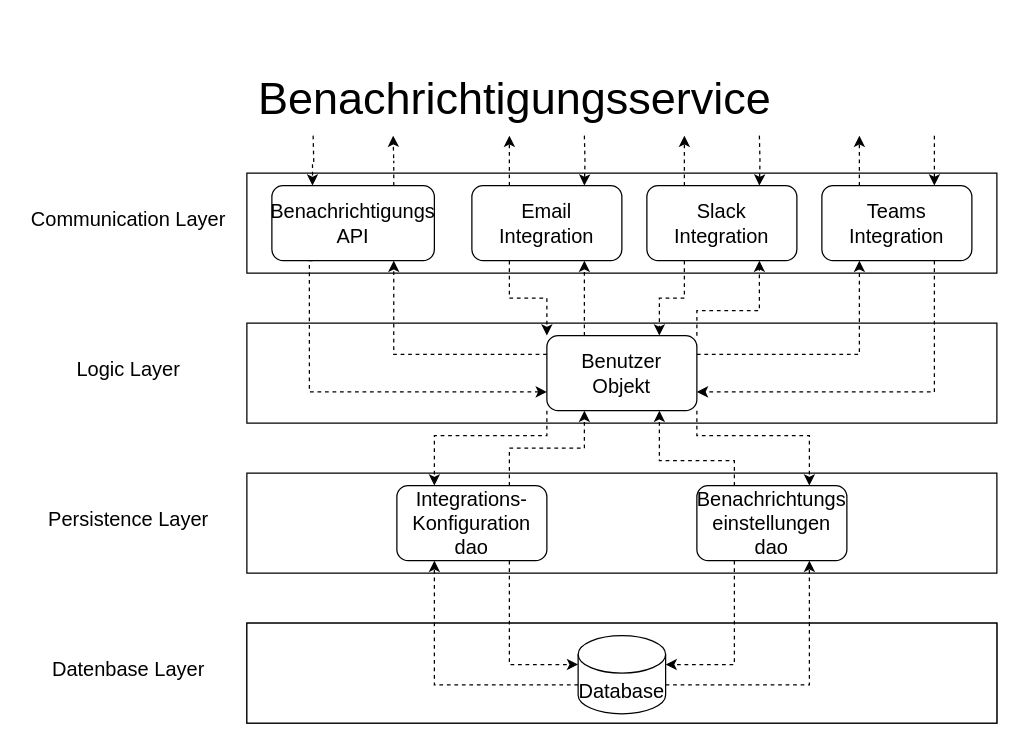
Tabisch/DarwIO keeps this draw.io diagram as Layer2.drawio. Above is the earlier version. Source tidied: cells renumbered, new cells numbered last; positions are measured from the earlier drawing's top-left corner, leaving out a move shared by most shapes. Both pictures are drawn from the tidied source at 125%, with x=0, y=0 at pixel (21, 85).
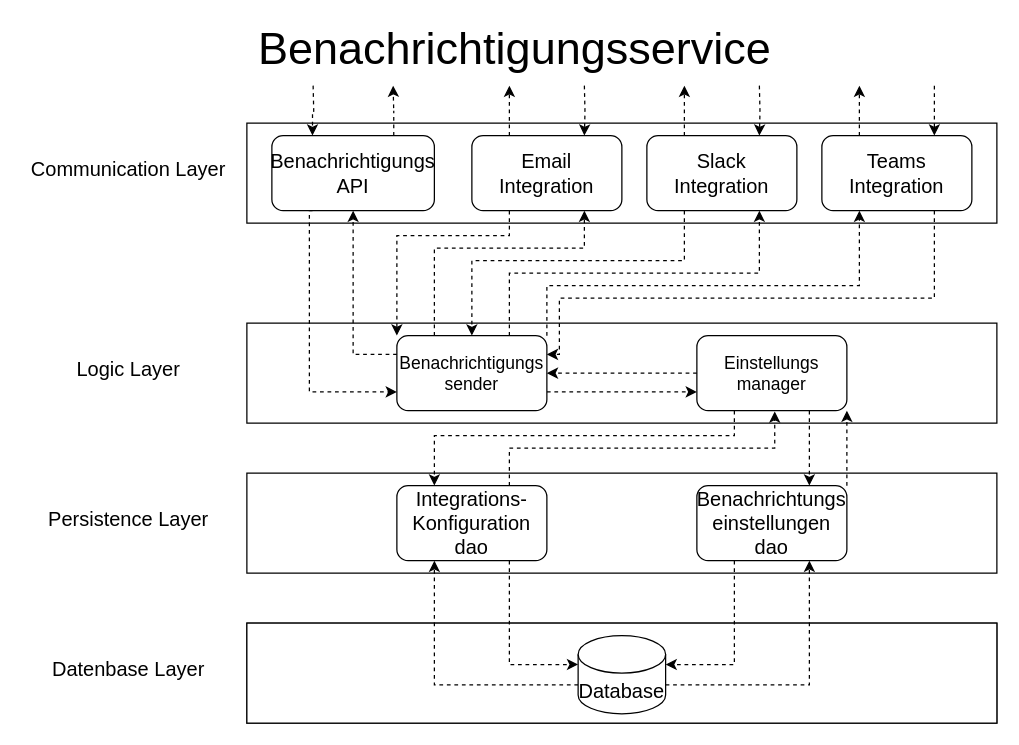
After the change.

Unchanged cells that the change refers to:
```xml
<mxCell id="17" value="&lt;div&gt;Integrations-&lt;/div&gt;&lt;div&gt;Konfiguration&lt;br&gt;&lt;/div&gt;&lt;div&gt;dao&lt;br&gt;&lt;/div&gt;" style="rounded=1;whiteSpace=wrap;html=1;fontSize=16;" parent="1" vertex="1">
  <mxGeometry x="300" y="320" width="120" height="60" as="geometry" />
</mxCell>
<mxCell id="41" value="&lt;div&gt;Benachrichtungs&lt;/div&gt;&lt;div&gt;einstellungen&lt;/div&gt;&lt;div&gt;dao&lt;br&gt;&lt;/div&gt;" style="rounded=1;whiteSpace=wrap;html=1;fontSize=16;" parent="1" vertex="1">
  <mxGeometry x="540" y="320" width="120" height="60" as="geometry" />
</mxCell>
```

The edit, as a diff of the source:
```diff
@@
     <mxCell id="3" style="rounded=0;whiteSpace=wrap;html=1;" parent="1" vertex="1">
-      <mxGeometry x="180" y="70" width="600" height="80" as="geometry" />
+      <mxGeometry x="180" y="30" width="600" height="80" as="geometry" />
     </mxCell>
@@
     <mxCell id="6" value="&lt;div style=&quot;font-size: 36px&quot;&gt;&lt;font style=&quot;font-size: 36px&quot;&gt;Benachrichtigungsservice&lt;/font&gt;&lt;/div&gt;" style="text;html=1;align=center;verticalAlign=middle;fillColor=none;strokeColor=none;rounded=0;" parent="1" vertex="1">
-      <mxGeometry x="179" width="430" height="20" as="geometry" />
+      <mxGeometry x="179" y="-40" width="430" height="20" as="geometry" />
     </mxCell>
@@
     <mxCell id="11" value="&lt;font style=&quot;font-size: 16px&quot;&gt;Communication Layer&lt;br&gt;&lt;/font&gt;" style="text;html=1;align=center;verticalAlign=middle;fillColor=none;strokeColor=none;rounded=0;fontSize=36;" parent="1" vertex="1">
-      <mxGeometry y="70" width="170" height="60" as="geometry" />
+      <mxGeometry y="30" width="170" height="60" as="geometry" />
     </mxCell>
@@
-    <mxCell id="16" style="edgeStyle=orthogonalEdgeStyle;rounded=0;jettySize=auto;html=1;exitX=0.75;exitY=0;exitDx=0;exitDy=0;entryX=0.25;entryY=1;entryDx=0;entryDy=0;dashed=1;fontSize=16;endArrow=classic;endFill=1;" parent="1" edge="1" source="17" target="22">
-      <mxGeometry relative="1" as="geometry" />
-    </mxCell>
+    <mxCell id="44" style="edgeStyle=orthogonalEdgeStyle;rounded=0;jettySize=auto;html=1;exitX=0.75;exitY=0;exitDx=0;exitDy=0;entryX=0.519;entryY=1.01;entryDx=0;entryDy=0;dashed=1;fontSize=14;endArrow=classic;endFill=1;entryPerimeter=0;" parent="1" edge="1" source="17" target="49">
+      <mxGeometry relative="1" as="geometry" />
+    </mxCell>
@@
-    <mxCell id="18" style="edgeStyle=orthogonalEdgeStyle;rounded=0;jettySize=auto;html=1;exitX=0;exitY=1;exitDx=0;exitDy=0;entryX=0.25;entryY=0;entryDx=0;entryDy=0;dashed=1;fontSize=16;endArrow=classic;endFill=1;" parent="1" edge="1" source="22" target="17">
-      <mxGeometry relative="1" as="geometry">
-        <Array as="points">
-          <mxPoint x="420" y="280" />
-          <mxPoint x="330" y="280" />
-        </Array>
-      </mxGeometry>
-    </mxCell>
-    <mxCell id="19" style="edgeStyle=orthogonalEdgeStyle;rounded=0;jettySize=auto;html=1;exitX=1;exitY=0.25;exitDx=0;exitDy=0;entryX=0.25;entryY=1;entryDx=0;entryDy=0;dashed=1;fontSize=16;endArrow=classic;endFill=1;" parent="1" edge="1" source="22" target="29">
-      <mxGeometry relative="1" as="geometry" />
+    <mxCell id="19" style="edgeStyle=orthogonalEdgeStyle;rounded=0;jettySize=auto;html=1;exitX=1;exitY=0;exitDx=0;exitDy=0;entryX=0.25;entryY=1;entryDx=0;entryDy=0;dashed=1;fontSize=16;endArrow=classic;endFill=1;" parent="1" edge="1" source="22" target="29">
+      <mxGeometry relative="1" as="geometry">
+        <Array as="points">
+          <mxPoint x="420" y="160" />
+          <mxPoint x="670" y="160" />
+        </Array>
+      </mxGeometry>
     </mxCell>
-    <mxCell id="20" style="edgeStyle=orthogonalEdgeStyle;rounded=0;jettySize=auto;html=1;exitX=0;exitY=0.25;exitDx=0;exitDy=0;entryX=0.75;entryY=1;entryDx=0;entryDy=0;dashed=1;fontSize=16;endArrow=classic;endFill=1;" parent="1" edge="1" source="22" target="26">
-      <mxGeometry relative="1" as="geometry" />
+    <mxCell id="20" style="edgeStyle=orthogonalEdgeStyle;rounded=0;jettySize=auto;html=1;exitX=0;exitY=0.25;exitDx=0;exitDy=0;entryX=0.5;entryY=1;entryDx=0;entryDy=0;dashed=1;fontSize=16;endArrow=classic;endFill=1;" parent="1" edge="1" source="22" target="26">
+      <mxGeometry relative="1" as="geometry">
+        <Array as="points">
+          <mxPoint x="265" y="215" />
+        </Array>
+      </mxGeometry>
     </mxCell>
     <mxCell id="21" style="edgeStyle=orthogonalEdgeStyle;rounded=0;jettySize=auto;html=1;exitX=0.25;exitY=0;exitDx=0;exitDy=0;entryX=0.75;entryY=1;entryDx=0;entryDy=0;dashed=1;fontSize=16;endArrow=classic;endFill=1;" parent="1" edge="1" source="22" target="38">
-      <mxGeometry relative="1" as="geometry" />
+      <mxGeometry relative="1" as="geometry">
+        <Array as="points">
+          <mxPoint x="330" y="130" />
+          <mxPoint x="450" y="130" />
+        </Array>
+      </mxGeometry>
     </mxCell>
+    <mxCell id="45" style="edgeStyle=orthogonalEdgeStyle;rounded=0;jettySize=auto;html=1;exitX=1;exitY=0.75;exitDx=0;exitDy=0;entryX=0;entryY=0.75;entryDx=0;entryDy=0;fontSize=14;endArrow=classic;endFill=1;dashed=1;" parent="1" edge="1" source="22" target="49">
+      <mxGeometry relative="1" as="geometry" />
+    </mxCell>
-    <mxCell id="22" value="&lt;div&gt;Benutzer&lt;/div&gt;&lt;div&gt;Objekt&lt;br&gt;&lt;/div&gt;" style="rounded=1;whiteSpace=wrap;html=1;fontSize=16;" parent="1" vertex="1">
-      <mxGeometry x="420" y="200" width="120" height="60" as="geometry" />
+    <mxCell id="22" value="&lt;div style=&quot;font-size: 14px&quot;&gt;&lt;font style=&quot;font-size: 14px&quot;&gt;Benachrichtigungs&lt;/font&gt;&lt;/div&gt;&lt;div style=&quot;font-size: 14px&quot;&gt;&lt;font style=&quot;font-size: 14px&quot;&gt;sender&lt;/font&gt;&lt;/div&gt;" style="rounded=1;whiteSpace=wrap;html=1;fontSize=16;" parent="1" vertex="1">
+      <mxGeometry x="300" y="200" width="120" height="60" as="geometry" />
     </mxCell>
@@
     <mxCell id="24" value="&lt;div&gt;&lt;br&gt;&lt;/div&gt;&lt;div&gt;&lt;br&gt;&lt;/div&gt;" style="edgeStyle=orthogonalEdgeStyle;rounded=0;jettySize=auto;html=1;dashed=1;fontSize=16;endArrow=classic;endFill=1;entryX=0.25;entryY=0;entryDx=0;entryDy=0;" parent="1" edge="1" target="26">
       <mxGeometry relative="1" as="geometry">
-        <mxPoint x="233" y="40" as="sourcePoint" />
+        <mxPoint x="233" as="sourcePoint" />
       </mxGeometry>
     </mxCell>
     <mxCell id="25" style="edgeStyle=orthogonalEdgeStyle;rounded=0;jettySize=auto;html=1;exitX=0.75;exitY=0;exitDx=0;exitDy=0;dashed=1;fontSize=16;endArrow=classic;endFill=1;" parent="1" edge="1" source="26">
       <mxGeometry relative="1" as="geometry">
-        <mxPoint x="297" y="40" as="targetPoint" />
+        <mxPoint x="297" as="targetPoint" />
       </mxGeometry>
     </mxCell>
     <mxCell id="26" value="&lt;div&gt;&lt;font style=&quot;font-size: 16px&quot;&gt;Benachrichtigungs&lt;/font&gt;&lt;/div&gt;&lt;div&gt;&lt;font style=&quot;font-size: 16px&quot;&gt;API&lt;br&gt;&lt;/font&gt;&lt;/div&gt;" style="rounded=1;whiteSpace=wrap;html=1;fontSize=16;" parent="1" vertex="1">
-      <mxGeometry x="200" y="80" width="130" height="60" as="geometry" />
+      <mxGeometry x="200" y="40" width="130" height="60" as="geometry" />
     </mxCell>
-    <mxCell id="27" style="edgeStyle=orthogonalEdgeStyle;rounded=0;jettySize=auto;html=1;exitX=0.75;exitY=1;exitDx=0;exitDy=0;dashed=1;fontSize=16;endArrow=classic;endFill=1;entryX=1;entryY=0.75;entryDx=0;entryDy=0;" parent="1" edge="1" source="29" target="22">
-      <mxGeometry relative="1" as="geometry" />
+    <mxCell id="27" style="edgeStyle=orthogonalEdgeStyle;rounded=0;jettySize=auto;html=1;exitX=0.75;exitY=1;exitDx=0;exitDy=0;dashed=1;fontSize=16;endArrow=classic;endFill=1;entryX=1;entryY=0.25;entryDx=0;entryDy=0;" parent="1" edge="1" source="29" target="22">
+      <mxGeometry relative="1" as="geometry">
+        <Array as="points">
+          <mxPoint x="730" y="170" />
+          <mxPoint x="430" y="170" />
+          <mxPoint x="430" y="215" />
+        </Array>
+      </mxGeometry>
     </mxCell>
     <mxCell id="28" style="edgeStyle=orthogonalEdgeStyle;rounded=0;jettySize=auto;html=1;dashed=1;fontSize=16;endArrow=classic;endFill=1;entryX=0.75;entryY=0;entryDx=0;entryDy=0;" parent="1" edge="1" target="29">
       <mxGeometry relative="1" as="geometry">
-        <mxPoint x="730" y="40" as="sourcePoint" />
+        <mxPoint x="730" as="sourcePoint" />
         <Array as="points">
-          <mxPoint x="730" y="60" />
-          <mxPoint x="730" y="60" />
+          <mxPoint x="730" y="20" />
+          <mxPoint x="730" y="20" />
         </Array>
       </mxGeometry>
     </mxCell>
     <mxCell id="29" value="&lt;div&gt;Teams&lt;/div&gt;&lt;div&gt;Integration&lt;br&gt;&lt;/div&gt;" style="rounded=1;whiteSpace=wrap;html=1;fontSize=16;" parent="1" vertex="1">
-      <mxGeometry x="640" y="80" width="120" height="60" as="geometry" />
+      <mxGeometry x="640" y="40" width="120" height="60" as="geometry" />
     </mxCell>
     <mxCell id="30" style="edgeStyle=orthogonalEdgeStyle;rounded=0;jettySize=auto;html=1;exitX=0.25;exitY=0;exitDx=0;exitDy=0;dashed=1;fontSize=16;endArrow=classic;endFill=1;" parent="1" edge="1" source="29">
       <mxGeometry relative="1" as="geometry">
-        <mxPoint x="670" y="40" as="targetPoint" />
+        <mxPoint x="670" as="targetPoint" />
         <Array as="points">
-          <mxPoint x="670" y="60" />
-          <mxPoint x="670" y="60" />
+          <mxPoint x="670" y="20" />
+          <mxPoint x="670" y="20" />
         </Array>
       </mxGeometry>
     </mxCell>
-    <mxCell id="31" style="edgeStyle=orthogonalEdgeStyle;rounded=0;jettySize=auto;html=1;exitX=0.25;exitY=1;exitDx=0;exitDy=0;entryX=0.75;entryY=0;entryDx=0;entryDy=0;dashed=1;fontSize=16;endArrow=classic;endFill=1;" parent="1" edge="1" source="34" target="22">
-      <mxGeometry relative="1" as="geometry" />
+    <mxCell id="31" style="edgeStyle=orthogonalEdgeStyle;rounded=0;jettySize=auto;html=1;exitX=0.25;exitY=1;exitDx=0;exitDy=0;entryX=0.5;entryY=0;entryDx=0;entryDy=0;dashed=1;fontSize=16;endArrow=classic;endFill=1;" parent="1" edge="1" source="34" target="22">
+      <mxGeometry relative="1" as="geometry">
+        <Array as="points">
+          <mxPoint x="530" y="140" />
+          <mxPoint x="360" y="140" />
+        </Array>
+      </mxGeometry>
     </mxCell>
     <mxCell id="32" style="edgeStyle=orthogonalEdgeStyle;rounded=0;jettySize=auto;html=1;exitX=0.25;exitY=0;exitDx=0;exitDy=0;dashed=1;fontSize=16;endArrow=classic;endFill=1;" parent="1" edge="1" source="34">
       <mxGeometry relative="1" as="geometry">
-        <mxPoint x="530" y="40" as="targetPoint" />
+        <mxPoint x="530" as="targetPoint" />
       </mxGeometry>
     </mxCell>
     <mxCell id="33" style="edgeStyle=orthogonalEdgeStyle;rounded=0;jettySize=auto;html=1;dashed=1;fontSize=16;endArrow=classic;endFill=1;entryX=0.75;entryY=0;entryDx=0;entryDy=0;" parent="1" edge="1" target="34">
       <mxGeometry relative="1" as="geometry">
-        <mxPoint x="590" y="40" as="sourcePoint" />
+        <mxPoint x="590" as="sourcePoint" />
       </mxGeometry>
     </mxCell>
     <mxCell id="34" value="&lt;div&gt;Slack&lt;/div&gt;&lt;div&gt;Integration&lt;br&gt;&lt;/div&gt;" style="rounded=1;whiteSpace=wrap;html=1;fontSize=16;" parent="1" vertex="1">
-      <mxGeometry x="500" y="80" width="120" height="60" as="geometry" />
+      <mxGeometry x="500" y="40" width="120" height="60" as="geometry" />
     </mxCell>
     <mxCell id="35" style="edgeStyle=orthogonalEdgeStyle;rounded=0;jettySize=auto;html=1;exitX=0.25;exitY=1;exitDx=0;exitDy=0;entryX=0;entryY=0;entryDx=0;entryDy=0;dashed=1;fontSize=16;endArrow=classic;endFill=1;" parent="1" edge="1" source="38" target="22">
-      <mxGeometry relative="1" as="geometry" />
+      <mxGeometry relative="1" as="geometry">
+        <Array as="points">
+          <mxPoint x="390" y="120" />
+          <mxPoint x="300" y="120" />
+        </Array>
+      </mxGeometry>
     </mxCell>
     <mxCell id="36" style="edgeStyle=orthogonalEdgeStyle;rounded=0;jettySize=auto;html=1;exitX=0.25;exitY=0;exitDx=0;exitDy=0;dashed=1;fontSize=16;endArrow=classic;endFill=1;" parent="1" edge="1" source="38">
       <mxGeometry relative="1" as="geometry">
-        <mxPoint x="390" y="40" as="targetPoint" />
+        <mxPoint x="390" as="targetPoint" />
       </mxGeometry>
     </mxCell>
     <mxCell id="37" style="edgeStyle=orthogonalEdgeStyle;rounded=0;jettySize=auto;html=1;dashed=1;fontSize=16;endArrow=classic;endFill=1;entryX=0.75;entryY=0;entryDx=0;entryDy=0;" parent="1" edge="1" target="38">
       <mxGeometry relative="1" as="geometry">
-        <mxPoint x="450" y="40" as="sourcePoint" />
+        <mxPoint x="450" as="sourcePoint" />
       </mxGeometry>
     </mxCell>
     <mxCell id="38" value="&lt;div&gt;Email&lt;/div&gt;&lt;div&gt;Integration&lt;br&gt;&lt;/div&gt;" style="rounded=1;whiteSpace=wrap;html=1;fontSize=16;" parent="1" vertex="1">
-      <mxGeometry x="360" y="80" width="120" height="60" as="geometry" />
+      <mxGeometry x="360" y="40" width="120" height="60" as="geometry" />
     </mxCell>
-    <mxCell id="39" style="endArrow=classic;dashed=1;html=1;rounded=0;fontSize=16;endFill=1;exitX=1;exitY=0;exitDx=0;exitDy=0;entryX=0.75;entryY=1;entryDx=0;entryDy=0;" parent="1" edge="1" source="22" target="34">
+    <mxCell id="39" style="endArrow=classic;dashed=1;html=1;rounded=0;fontSize=16;endFill=1;exitX=0.75;exitY=0;exitDx=0;exitDy=0;entryX=0.75;entryY=1;entryDx=0;entryDy=0;" parent="1" edge="1" source="22" target="34">
       <mxGeometry relative="1" as="geometry">
         <Array as="points">
-          <mxPoint x="540" y="180" />
-          <mxPoint x="590" y="180" />
+          <mxPoint x="390" y="150" />
+          <mxPoint x="590" y="150" />
         </Array>
       </mxGeometry>
     </mxCell>
@@
+    <mxCell id="46" style="edgeStyle=orthogonalEdgeStyle;rounded=0;jettySize=auto;html=1;exitX=1;exitY=0;exitDx=0;exitDy=0;entryX=1;entryY=1;entryDx=0;entryDy=0;dashed=1;fontSize=14;endArrow=classic;endFill=1;" parent="1" edge="1" source="41" target="49">
+      <mxGeometry relative="1" as="geometry" />
+    </mxCell>
@@
-    <mxCell id="42" style="endArrow=classic;dashed=1;html=1;rounded=0;fontSize=16;exitX=0.25;exitY=0;exitDx=0;exitDy=0;entryX=0.75;entryY=1;entryDx=0;entryDy=0;endFill=1;" parent="1" edge="1" source="41" target="22">
-      <mxGeometry relative="1" as="geometry">
-        <Array as="points">
-          <mxPoint x="570" y="300" />
-          <mxPoint x="510" y="300" />
-        </Array>
-      </mxGeometry>
-    </mxCell>
-    <mxCell id="43" style="endArrow=classic;dashed=1;html=1;rounded=0;fontSize=16;entryX=0.75;entryY=0;entryDx=0;entryDy=0;exitX=1;exitY=1;exitDx=0;exitDy=0;endFill=1;" parent="1" edge="1" source="22" target="41">
-      <mxGeometry relative="1" as="geometry">
-        <Array as="points">
-          <mxPoint x="540" y="280" />
-          <mxPoint x="630" y="280" />
-        </Array>
-      </mxGeometry>
-    </mxCell>
+    <mxCell id="47" style="edgeStyle=orthogonalEdgeStyle;rounded=0;jettySize=auto;html=1;exitX=0.25;exitY=1;exitDx=0;exitDy=0;entryX=0.25;entryY=0;entryDx=0;entryDy=0;dashed=1;fontSize=14;endArrow=classic;endFill=1;" parent="1" edge="1" source="49" target="17">
+      <mxGeometry relative="1" as="geometry">
+        <Array as="points">
+          <mxPoint x="570" y="280" />
+          <mxPoint x="330" y="280" />
+        </Array>
+      </mxGeometry>
+    </mxCell>
+    <mxCell id="48" style="edgeStyle=orthogonalEdgeStyle;rounded=0;jettySize=auto;html=1;exitX=0.75;exitY=1;exitDx=0;exitDy=0;entryX=0.75;entryY=0;entryDx=0;entryDy=0;dashed=1;fontSize=14;endArrow=classic;endFill=1;" parent="1" edge="1" source="49" target="41">
+      <mxGeometry relative="1" as="geometry" />
+    </mxCell>
+    <mxCell id="49" value="&lt;div&gt;Einstellungs&lt;/div&gt;&lt;div&gt;manager&lt;br&gt;&lt;/div&gt;" style="rounded=1;whiteSpace=wrap;html=1;fontSize=14;" parent="1" vertex="1">
+      <mxGeometry x="540" y="200" width="120" height="60" as="geometry" />
+    </mxCell>
+    <mxCell id="50" style="endArrow=classic;dashed=1;html=1;rounded=0;fontSize=14;endFill=1;entryX=1;entryY=0.5;entryDx=0;entryDy=0;exitX=0;exitY=0.5;exitDx=0;exitDy=0;" parent="1" edge="1" source="49" target="22">
+      <mxGeometry relative="1" as="geometry" />
+    </mxCell>
```
